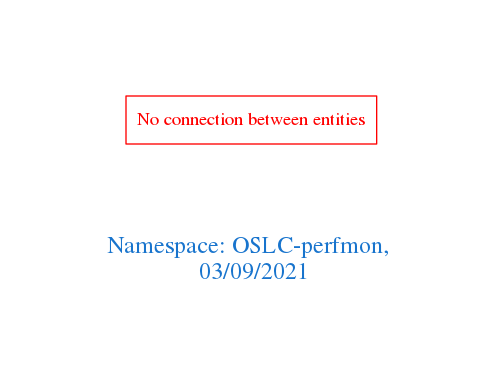
This is downloads/OSLC-perfmon.png from arago/OGIT, a Graphviz export, as it was before one commit. Its source is kept beside it as downloads/OSLC-perfmon.dot.
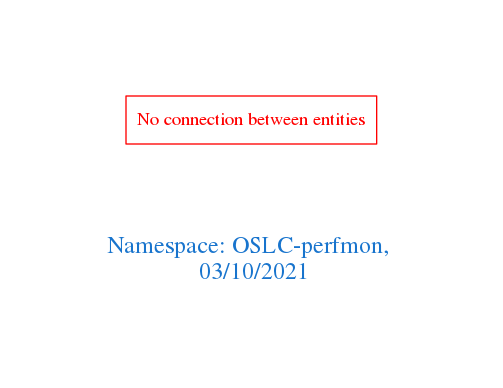
The same file after the commit.

The edit, as a diff of the source:
```diff
@@ -1,7 +1,7 @@
 digraph OGIT_ontology {
  graph [ rankdir= LR,pad=1
 fontsize = 18,
-fontcolor= dodgerblue3,label = "\n\n\nNamespace: OSLC-perfmon, \n 03/09/2021"];
+fontcolor= dodgerblue3,label = "\n\n\nNamespace: OSLC-perfmon, \n 03/10/2021"];
 node[shape=polygon];
 edge [  color="gray81"];
 
```
